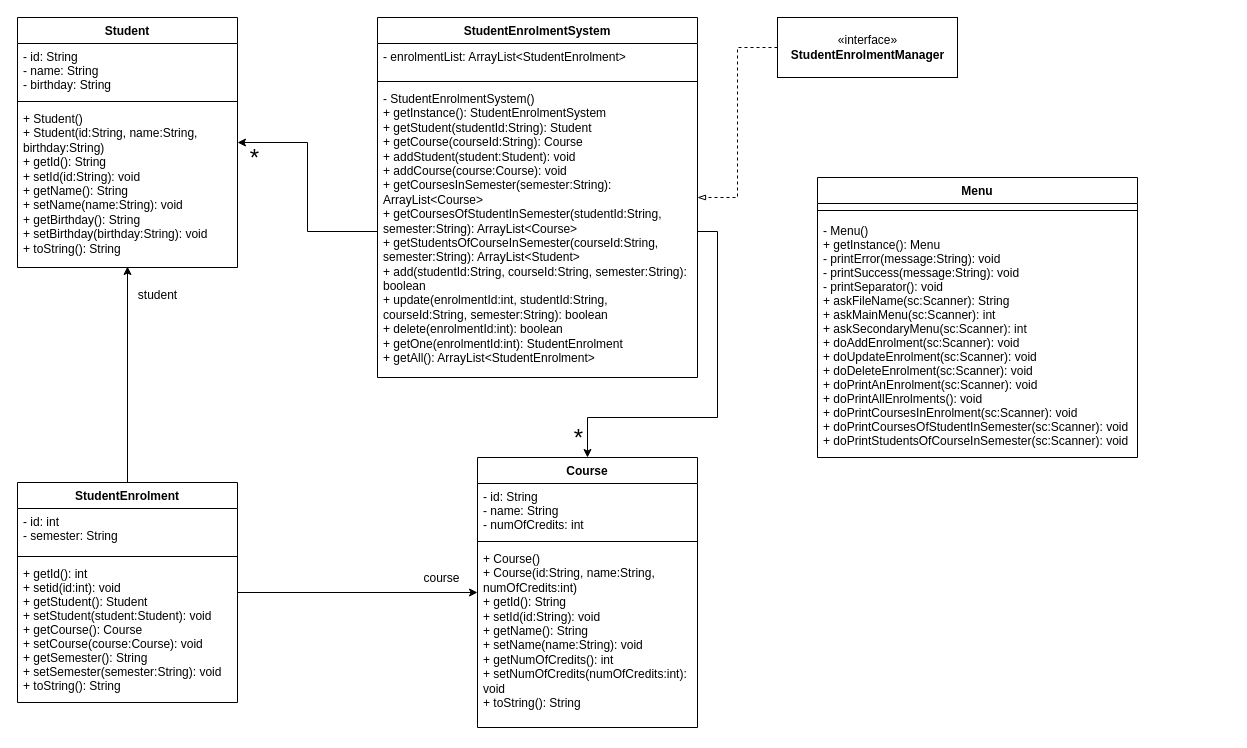
The draw.io diagram page "Page-1" (1 of 2) of class-diagram.drawio in tuann07/COSC2440-a1-student-enrolment-management, before the edit. Source tidied: cells renumbered, new cells numbered last; positions are measured from the earlier drawing's top-left corner, leaving out a move shared by most shapes. Both pictures are drawn from the tidied source at 100%, with x=0, y=0 at pixel (17, 17).
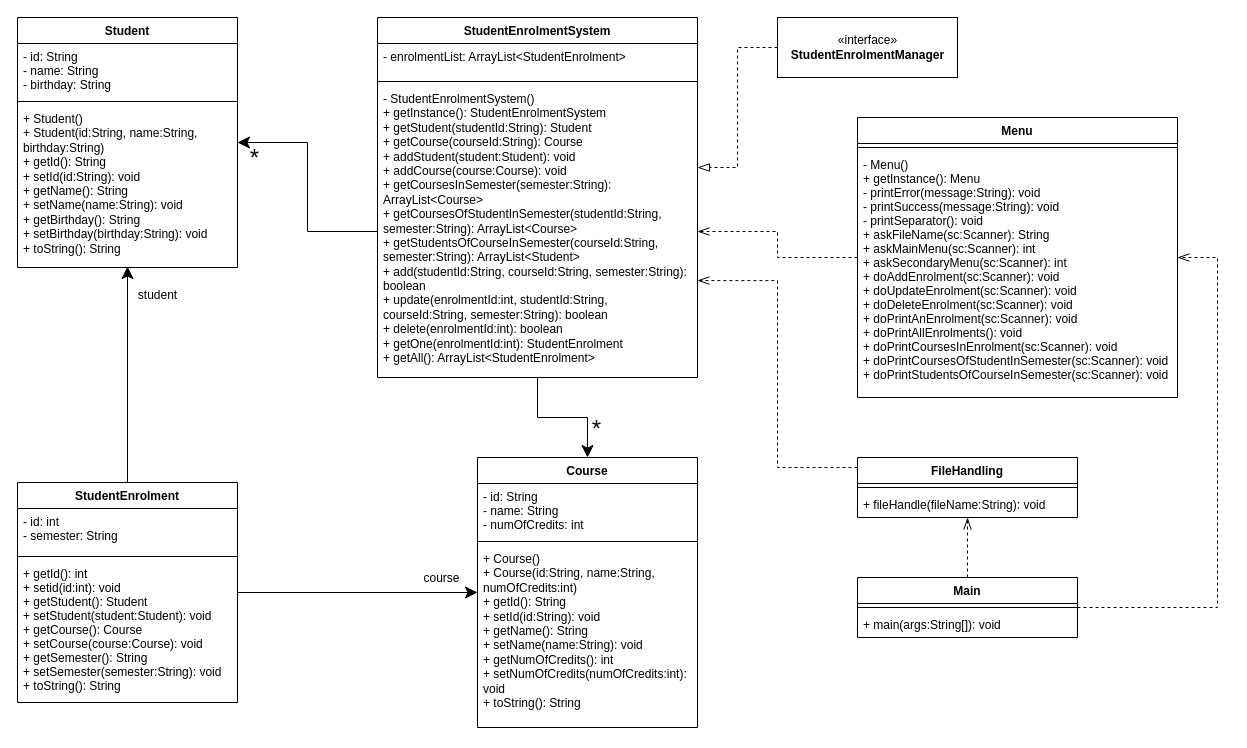
The same page after the edit.

Commit message (it also covers changes not shown here):
refactor: separate file handle class

Unchanged cells that the change refers to:
```xml
<mxCell id="3" value="«interface»&lt;br&gt;&lt;b&gt;StudentEnrolmentManager&lt;/b&gt;" style="html=1;" parent="1" vertex="1">
  <mxGeometry x="760" width="180" height="60" as="geometry" />
</mxCell>
<mxCell id="4" value="Student" style="swimlane;fontStyle=1;align=center;verticalAlign=top;horizontal=1;startSize=26;" parent="1" vertex="1">
  <mxGeometry width="220" height="250" as="geometry" />
</mxCell>
<mxCell id="7" value="+ Student()&#10;+ Student(id:String, name:String, birthday:String)&#10;+ getId(): String&#10;+ setId(id:String): void&#10;+ getName(): String&#10;+ setName(name:String): void&#10;+ getBirthday(): String&#10;+ setBirthday(birthday:String): void&#10;+ toString(): String" style="text;strokeColor=none;fillColor=none;align=left;verticalAlign=top;spacingLeft=4;spacingRight=4;overflow=hidden;points=[[0,0.5],[1,0.5]];portConstraint=eastwest;whiteSpace=wrap;" parent="4" vertex="1">
  <mxGeometry y="88" width="220" height="162" as="geometry" />
</mxCell>
<mxCell id="8" value="StudentEnrolmentSystem" style="swimlane;fontStyle=1;align=center;verticalAlign=top;horizontal=1;startSize=26;" parent="1" vertex="1">
  <mxGeometry x="360" width="320" height="360" as="geometry" />
</mxCell>
<mxCell id="11" value="- StudentEnrolmentSystem()&#10;+ getInstance(): StudentEnrolmentSystem&#10;+ getStudent(studentId:String): Student&#10;+ getCourse(courseId:String): Course&#10;+ addStudent(student:Student): void&#10;+ addCourse(course:Course): void&#10;+ getCoursesInSemester(semester:String): ArrayList&lt;Course&gt;&#10;+ getCoursesOfStudentInSemester(studentId:String, semester:String): ArrayList&lt;Course&gt;&#10;+ getStudentsOfCourseInSemester(courseId:String, semester:String): ArrayList&lt;Student&gt;&#10;+ add(studentId:String, courseId:String, semester:String): boolean&#10;+ update(enrolmentId:int, studentId:String, courseId:String, semester:String): boolean&#10;+ delete(enrolmentId:int): boolean&#10;+ getOne(enrolmentId:int): StudentEnrolment&#10;+ getAll(): ArrayList&lt;StudentEnrolment&gt;" style="text;strokeColor=none;fillColor=none;align=left;verticalAlign=top;spacingLeft=4;spacingRight=4;overflow=hidden;points=[[0,0.5],[1,0.5]];portConstraint=eastwest;fontSize=12;spacingTop=0;whiteSpace=wrap;" parent="8" vertex="1">
  <mxGeometry y="68" width="320" height="292" as="geometry" />
</mxCell>
<mxCell id="12" value="Course" style="swimlane;fontStyle=1;align=center;verticalAlign=top;horizontal=1;startSize=26;" parent="1" vertex="1">
  <mxGeometry x="460" y="440" width="220" height="270" as="geometry" />
</mxCell>
<mxCell id="19" value="StudentEnrolment" style="swimlane;fontStyle=1;align=center;verticalAlign=top;horizontal=1;startSize=26;" parent="1" vertex="1">
  <mxGeometry y="465" width="220" height="220" as="geometry" />
</mxCell>
```

What changed in the source:
```diff
@@
-    <mxCell id="2" style="edgeStyle=orthogonalEdgeStyle;rounded=0;jettySize=auto;html=1;fontSize=12;dashed=1;endArrow=blockThin;endFill=0;" parent="1" edge="1" source="3" target="8">
-      <mxGeometry relative="1" as="geometry" />
+    <mxCell id="2" style="edgeStyle=orthogonalEdgeStyle;rounded=0;jettySize=auto;html=1;fontSize=12;dashed=1;endArrow=blockThin;endFill=0;endSize=10;" parent="1" edge="1" source="3" target="8">
+      <mxGeometry relative="1" as="geometry">
+        <Array as="points">
+          <mxPoint x="720" y="30" />
+          <mxPoint x="720" y="150" />
+        </Array>
+      </mxGeometry>
     </mxCell>
@@
+    <mxCell id="30" style="edgeStyle=orthogonalEdgeStyle;rounded=0;jettySize=auto;html=1;fontSize=24;endArrow=classic;endFill=1;strokeWidth=1;endSize=10;" parent="1" edge="1" source="8" target="12">
+      <mxGeometry relative="1" as="geometry" />
+    </mxCell>
+    <mxCell id="27" value="*" style="edgeLabel;html=1;align=center;verticalAlign=middle;fontSize=24;" parent="30" vertex="1">
+      <mxGeometry x="0.5" y="-2" relative="1" as="geometry">
+        <mxPoint x="10" y="3" as="offset" />
+      </mxGeometry>
+    </mxCell>
@@
-    <mxCell id="16" value="student" style="edgeStyle=orthogonalEdgeStyle;rounded=0;jettySize=auto;html=1;entryX=0.5;entryY=0.994;entryDx=0;entryDy=0;entryPerimeter=0;fontSize=12;endArrow=classic;endFill=1;strokeWidth=1;" parent="1" edge="1" source="19" target="7">
+    <mxCell id="16" value="student" style="edgeStyle=orthogonalEdgeStyle;rounded=0;jettySize=auto;html=1;entryX=0.5;entryY=0.994;entryDx=0;entryDy=0;entryPerimeter=0;fontSize=12;endArrow=classic;endFill=1;strokeWidth=1;endSize=10;" parent="1" edge="1" source="19" target="7">
       <mxGeometry x="0.73" y="-30" relative="1" as="geometry" />
     </mxCell>
-    <mxCell id="17" style="edgeStyle=orthogonalEdgeStyle;rounded=0;jettySize=auto;html=1;fontSize=12;endArrow=classic;endFill=1;strokeWidth=1;" parent="1" edge="1" source="19" target="12">
+    <mxCell id="17" style="edgeStyle=orthogonalEdgeStyle;rounded=0;jettySize=auto;html=1;fontSize=12;endArrow=classic;endFill=1;strokeWidth=1;endSize=10;" parent="1" edge="1" source="19" target="12">
       <mxGeometry relative="1" as="geometry" />
     </mxCell>
@@
-    <mxCell id="23" value="Menu" style="swimlane;fontStyle=1;align=center;verticalAlign=top;horizontal=1;startSize=26;" parent="1" vertex="1">
-      <mxGeometry x="800" y="160" width="320" height="280" as="geometry" />
-    </mxCell>
-    <mxCell id="24" style="line;strokeWidth=1;fillColor=none;align=left;verticalAlign=middle;spacingTop=-1;spacingLeft=3;spacingRight=3;labelPosition=right;" parent="23" vertex="1">
-      <mxGeometry y="26" width="320" height="14" as="geometry" />
-    </mxCell>
-    <mxCell id="25" value="- Menu()&#10;+ getInstance(): Menu&#10;- printError(message:String): void&#10;- printSuccess(message:String): void&#10;- printSeparator(): void&#10;+ askFileName(sc:Scanner): String&#10;+ askMainMenu(sc:Scanner): int&#10;+ askSecondaryMenu(sc:Scanner): int&#10;+ doAddEnrolment(sc:Scanner): void&#10;+ doUpdateEnrolment(sc:Scanner): void&#10;+ doDeleteEnrolment(sc:Scanner): void&#10;+ doPrintAnEnrolment(sc:Scanner): void&#10;+ doPrintAllEnrolments(): void&#10;+ doPrintCoursesInEnrolment(sc:Scanner): void&#10;+ doPrintCoursesOfStudentInSemester(sc:Scanner): void&#10;+ doPrintStudentsOfCourseInSemester(sc:Scanner): void" style="text;strokeColor=none;fillColor=none;align=left;verticalAlign=top;spacingLeft=4;spacingRight=4;overflow=hidden;points=[[0,0.5],[1,0.5]];portConstraint=eastwest;" parent="23" vertex="1">
-      <mxGeometry y="40" width="320" height="240" as="geometry" />
-    </mxCell>
-    <mxCell id="26" style="edgeStyle=orthogonalEdgeStyle;rounded=0;jettySize=auto;html=1;fontSize=12;endArrow=classic;endFill=1;strokeWidth=1;" parent="1" edge="1" source="11" target="12">
-      <mxGeometry relative="1" as="geometry" />
-    </mxCell>
-    <mxCell id="27" value="*" style="edgeLabel;html=1;align=center;verticalAlign=middle;fontSize=24;" parent="26" vertex="1">
-      <mxGeometry x="0.71" y="1" relative="1" as="geometry">
-        <mxPoint x="-25" y="19" as="offset" />
-      </mxGeometry>
-    </mxCell>
-    <mxCell id="28" style="edgeStyle=orthogonalEdgeStyle;rounded=0;jettySize=auto;html=1;fontSize=12;endArrow=classic;endFill=1;strokeWidth=1;" parent="1" edge="1" source="11" target="4">
+    <mxCell id="28" style="edgeStyle=orthogonalEdgeStyle;rounded=0;jettySize=auto;html=1;fontSize=12;endArrow=classic;endFill=1;strokeWidth=1;endSize=10;" parent="1" edge="1" source="11" target="4">
       <mxGeometry relative="1" as="geometry" />
     </mxCell>
@@
+    <mxCell id="31" style="edgeStyle=orthogonalEdgeStyle;rounded=0;jettySize=auto;html=1;entryX=1;entryY=0.668;entryDx=0;entryDy=0;entryPerimeter=0;dashed=1;fontSize=12;endArrow=openThin;endFill=0;strokeWidth=1;strokeColor=default;endSize=10;" parent="1" edge="1" source="32" target="11">
+      <mxGeometry relative="1" as="geometry">
+        <Array as="points">
+          <mxPoint x="760" y="450" />
+          <mxPoint x="760" y="263" />
+        </Array>
+      </mxGeometry>
+    </mxCell>
+    <mxCell id="32" value="FileHandling" style="swimlane;fontStyle=1;align=center;verticalAlign=top;horizontal=1;startSize=26;fontSize=12;html=0;" parent="1" vertex="1">
+      <mxGeometry x="840" y="440" width="220" height="60" as="geometry" />
+    </mxCell>
+    <mxCell id="33" style="line;strokeWidth=1;fillColor=none;align=left;verticalAlign=middle;spacingTop=-1;spacingLeft=3;spacingRight=3;labelPosition=right;fontSize=12;html=0;" parent="32" vertex="1">
+      <mxGeometry y="26" width="220" height="8" as="geometry" />
+    </mxCell>
+    <mxCell id="34" value="+ fileHandle(fileName:String): void" style="text;strokeColor=none;fillColor=none;align=left;verticalAlign=top;spacingLeft=4;spacingRight=4;overflow=hidden;points=[[0,0.5],[1,0.5]];portConstraint=eastwest;fontSize=12;html=0;" parent="32" vertex="1">
+      <mxGeometry y="34" width="220" height="26" as="geometry" />
+    </mxCell>
+    <mxCell id="35" style="edgeStyle=orthogonalEdgeStyle;rounded=0;jettySize=auto;html=1;fontSize=12;endArrow=openThin;endFill=0;strokeWidth=1;dashed=1;endSize=10;" parent="1" edge="1" source="23" target="11">
+      <mxGeometry relative="1" as="geometry" />
+    </mxCell>
+    <mxCell id="23" value="Menu" style="swimlane;fontStyle=1;align=center;verticalAlign=top;horizontal=1;startSize=26;fontSize=12;html=0;" parent="1" vertex="1">
+      <mxGeometry x="840" y="100" width="320" height="280" as="geometry" />
+    </mxCell>
+    <mxCell id="36" style="line;strokeWidth=1;fillColor=none;align=left;verticalAlign=middle;spacingTop=-1;spacingLeft=3;spacingRight=3;labelPosition=right;fontSize=12;html=0;" parent="23" vertex="1">
+      <mxGeometry y="26" width="320" height="8" as="geometry" />
+    </mxCell>
+    <mxCell id="25" value="- Menu()&#10;+ getInstance(): Menu&#10;- printError(message:String): void&#10;- printSuccess(message:String): void&#10;- printSeparator(): void&#10;+ askFileName(sc:Scanner): String&#10;+ askMainMenu(sc:Scanner): int&#10;+ askSecondaryMenu(sc:Scanner): int&#10;+ doAddEnrolment(sc:Scanner): void&#10;+ doUpdateEnrolment(sc:Scanner): void&#10;+ doDeleteEnrolment(sc:Scanner): void&#10;+ doPrintAnEnrolment(sc:Scanner): void&#10;+ doPrintAllEnrolments(): void&#10;+ doPrintCoursesInEnrolment(sc:Scanner): void&#10;+ doPrintCoursesOfStudentInSemester(sc:Scanner): void&#10;+ doPrintStudentsOfCourseInSemester(sc:Scanner): void" style="text;strokeColor=none;fillColor=none;align=left;verticalAlign=top;spacingLeft=4;spacingRight=4;overflow=hidden;points=[[0,0.5],[1,0.5]];portConstraint=eastwest;fontSize=12;html=0;" parent="23" vertex="1">
+      <mxGeometry y="34" width="320" height="246" as="geometry" />
+    </mxCell>
+    <mxCell id="37" style="edgeStyle=orthogonalEdgeStyle;rounded=0;jumpSize=12;jettySize=auto;html=1;entryX=0.5;entryY=1;entryDx=0;entryDy=0;entryPerimeter=0;shadow=0;dashed=1;fontSize=12;endArrow=openThin;endFill=0;strokeColor=default;strokeWidth=1;sketch=0;endSize=10;" parent="1" edge="1" source="39" target="34">
+      <mxGeometry relative="1" as="geometry" />
+    </mxCell>
+    <mxCell id="38" style="edgeStyle=orthogonalEdgeStyle;rounded=0;jumpSize=6;jettySize=auto;html=1;entryX=1;entryY=0.431;entryDx=0;entryDy=0;entryPerimeter=0;shadow=0;dashed=1;fontSize=12;endArrow=openThin;endFill=0;strokeColor=default;strokeWidth=1;endSize=10;" parent="1" edge="1" source="39" target="25">
+      <mxGeometry relative="1" as="geometry">
+        <Array as="points">
+          <mxPoint x="1200" y="590" />
+          <mxPoint x="1200" y="240" />
+        </Array>
+      </mxGeometry>
+    </mxCell>
+    <mxCell id="39" value="Main" style="swimlane;fontStyle=1;align=center;verticalAlign=top;horizontal=1;startSize=26;fontSize=12;html=0;" parent="1" vertex="1">
+      <mxGeometry x="840" y="560" width="220" height="60" as="geometry" />
+    </mxCell>
+    <mxCell id="40" style="line;strokeWidth=1;fillColor=none;align=left;verticalAlign=middle;spacingTop=-1;spacingLeft=3;spacingRight=3;labelPosition=right;fontSize=12;html=0;" parent="39" vertex="1">
+      <mxGeometry y="26" width="220" height="8" as="geometry" />
+    </mxCell>
+    <mxCell id="41" value="+ main(args:String[]): void" style="text;strokeColor=none;fillColor=none;align=left;verticalAlign=top;spacingLeft=4;spacingRight=4;overflow=hidden;fontSize=12;html=0;" parent="39" vertex="1">
+      <mxGeometry y="34" width="220" height="26" as="geometry" />
+    </mxCell>
```
